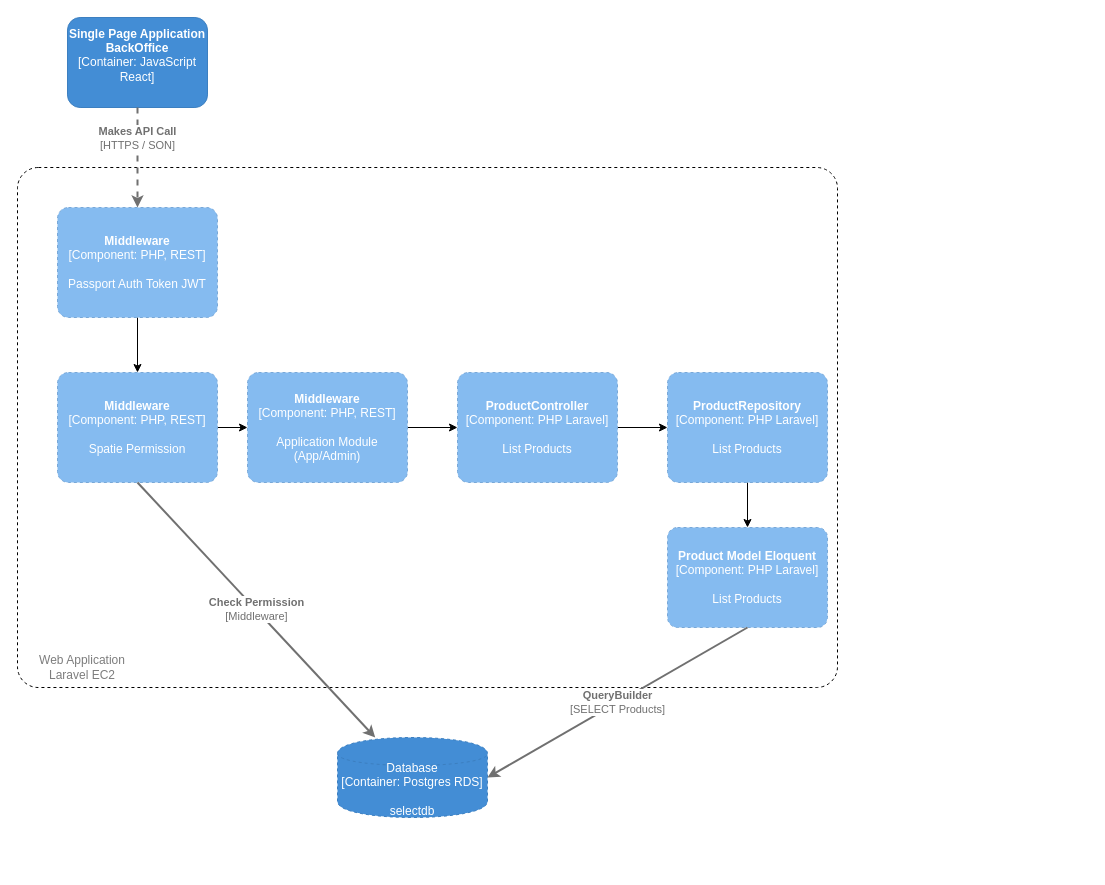
The draw.io diagram select/Select and Eduzz.drawio in frf/diagrams, before the edit. Source tidied: cells renumbered, new cells numbered last; positions are measured from the earlier drawing's top-left corner, leaving out a move shared by most shapes. Both pictures are drawn from the tidied source at 100%, with x=0, y=0 at pixel (17, 17).
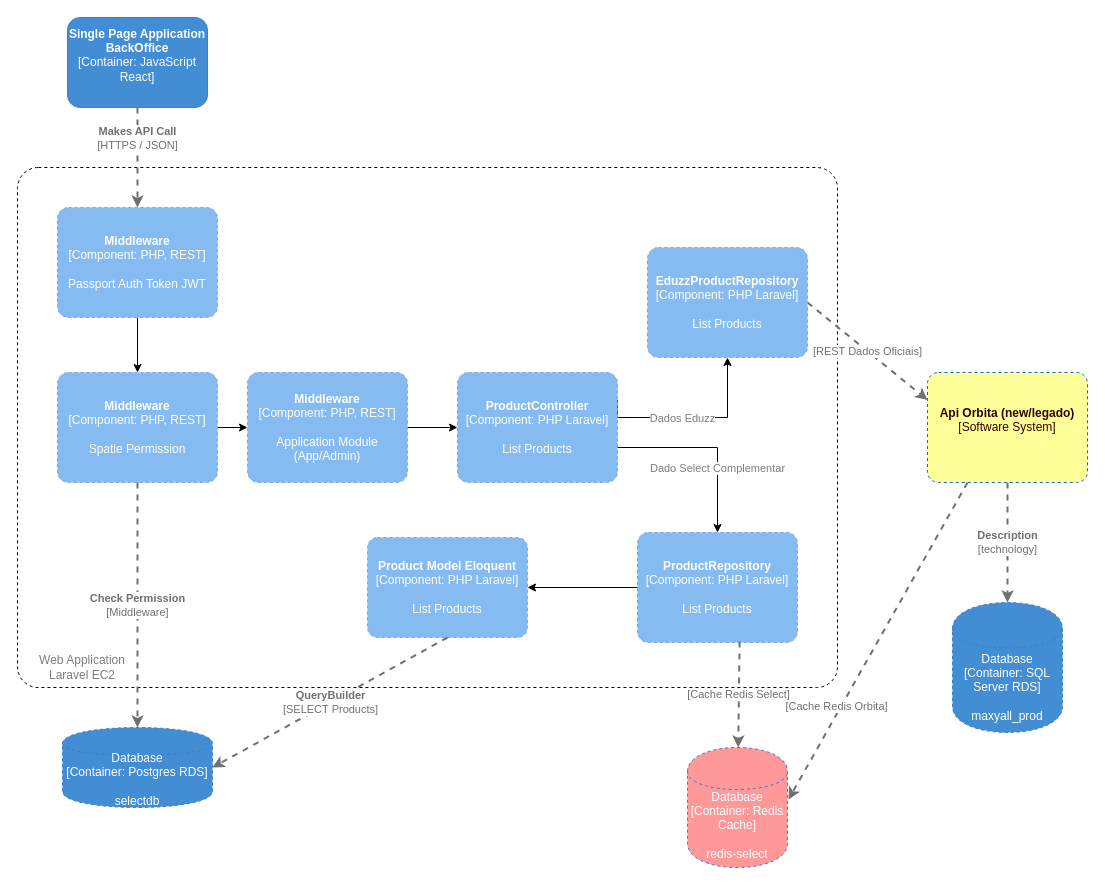
The same diagram, later.

The change refers to these unchanged cells:
```xml
<object id="3" label="&lt;b&gt;%c4Name%&lt;/b&gt;&lt;div&gt;[%c4Type%: %c4Technology%]&lt;/div&gt;&lt;br&gt;&lt;div&gt;%c4Description%&lt;/div&gt;" c4Description="" c4Name="Single Page Application BackOffice" c4Technology="JavaScript React" c4Type="Container" placeholders="1">
  <mxCell style="rounded=1;whiteSpace=wrap;html=1;labelBackgroundColor=none;fillColor=#438DD5;fontColor=#ffffff;align=center;arcSize=14;strokeColor=#3C7FC0;metaData={&quot;c4Type&quot;:{&quot;editable&quot;:false}};points=[[0.25,0,0],[0.5,0,0],[0.75,0,0],[1,0.25,0],[1,0.5,0],[1,0.75,0],[0.75,1,0],[0.5,1,0],[0.25,1,0],[0,0.75,0],[0,0.5,0],[0,0.25,0]];" parent="1" vertex="1">
    <mxGeometry x="50" width="140" height="90" as="geometry" />
  </mxCell>
</object>
<object id="5" label="&lt;b&gt;%c4Name%&lt;/b&gt;&lt;div&gt;[%c4Type%: %c4Technology%]&lt;/div&gt;&lt;br&gt;&lt;div&gt;%c4Description%&lt;/div&gt;" c4Description="List Products" c4Name="ProductController" c4Technology="PHP Laravel" c4Type="Component" placeholders="1">
  <mxCell style="rounded=1;whiteSpace=wrap;html=1;labelBackgroundColor=none;fillColor=#85BBF0;fontColor=#ffffff;align=center;arcSize=10;strokeColor=#78A8D8;metaData={&quot;c4Type&quot;:{&quot;editable&quot;:false}};points=[[0.25,0,0],[0.5,0,0],[0.75,0,0],[1,0.25,0],[1,0.5,0],[1,0.75,0],[0.75,1,0],[0.5,1,0],[0.25,1,0],[0,0.75,0],[0,0.5,0],[0,0.25,0]];dashed=1;" parent="1" vertex="1">
    <mxGeometry x="440" y="355" width="160" height="110" as="geometry" />
  </mxCell>
</object>
<object id="9" label="&lt;b&gt;%c4Name%&lt;/b&gt;&lt;div&gt;[%c4Type%: %c4Technology%]&lt;/div&gt;&lt;br&gt;&lt;div&gt;%c4Description%&lt;/div&gt;" c4Description="Spatie Permission" c4Name="Middleware" c4Technology="PHP, REST" c4Type="Component" placeholders="1">
  <mxCell style="rounded=1;whiteSpace=wrap;html=1;labelBackgroundColor=none;fillColor=#85BBF0;fontColor=#ffffff;align=center;arcSize=10;strokeColor=#78A8D8;metaData={&quot;c4Type&quot;:{&quot;editable&quot;:false}};points=[[0.25,0,0],[0.5,0,0],[0.75,0,0],[1,0.25,0],[1,0.5,0],[1,0.75,0],[0.75,1,0],[0.5,1,0],[0.25,1,0],[0,0.75,0],[0,0.5,0],[0,0.25,0]];dashed=1;" parent="1" vertex="1">
    <mxGeometry x="40" y="355" width="160" height="110" as="geometry" />
  </mxCell>
</object>
<object id="16" label="&lt;b&gt;%c4Name%&lt;/b&gt;&lt;div&gt;[%c4Type%: %c4Technology%]&lt;/div&gt;&lt;br&gt;&lt;div&gt;%c4Description%&lt;/div&gt;" c4Description="Passport Auth Token JWT" c4Name="Middleware" c4Technology="PHP, REST" c4Type="Component" placeholders="1">
  <mxCell style="rounded=1;whiteSpace=wrap;html=1;labelBackgroundColor=none;fillColor=#85BBF0;fontColor=#ffffff;align=center;arcSize=10;strokeColor=#78A8D8;metaData={&quot;c4Type&quot;:{&quot;editable&quot;:false}};points=[[0.25,0,0],[0.5,0,0],[0.75,0,0],[1,0.25,0],[1,0.5,0],[1,0.75,0],[0.75,1,0],[0.5,1,0],[0.25,1,0],[0,0.75,0],[0,0.5,0],[0,0.25,0]];dashed=1;" parent="1" vertex="1">
    <mxGeometry x="40" y="190" width="160" height="110" as="geometry" />
  </mxCell>
</object>
```

What changed in the source:
```diff
@@
     <mxCell id="4" style="edgeStyle=orthogonalEdgeStyle;rounded=0;jettySize=auto;html=1;" parent="1" edge="1" source="5" target="13">
-      <mxGeometry relative="1" as="geometry" />
+      <mxGeometry relative="1" as="geometry">
+        <Array as="points">
+          <mxPoint x="700" y="430" />
+        </Array>
+      </mxGeometry>
     </mxCell>
+    <mxCell id="20" value="Dado Select Complementar" style="edgeLabel;html=1;align=center;verticalAlign=middle;fontColor=#7D7D7D;" parent="4" vertex="1">
+      <mxGeometry x="0.3" y="-1" relative="1" as="geometry" />
+    </mxCell>
+    <mxCell id="21" style="edgeStyle=orthogonalEdgeStyle;rounded=0;jettySize=auto;html=1;fontColor=#7D7D7D;exitX=1;exitY=0.25;exitDx=0;exitDy=0;exitPerimeter=0;" parent="1" edge="1" source="5" target="30">
+      <mxGeometry relative="1" as="geometry">
+        <Array as="points">
+          <mxPoint x="600" y="400" />
+          <mxPoint x="710" y="400" />
+        </Array>
+      </mxGeometry>
+    </mxCell>
+    <mxCell id="22" value="Dados Eduzz" style="edgeLabel;html=1;align=center;verticalAlign=middle;fontColor=#7D7D7D;" parent="21" vertex="1">
+      <mxGeometry x="0.25" y="1" relative="1" as="geometry">
+        <mxPoint x="-35" y="1" as="offset" />
+      </mxGeometry>
+    </mxCell>
@@
-    <object id="6" label="&lt;div style=&quot;text-align: left&quot;&gt;&lt;div style=&quot;text-align: center&quot;&gt;&lt;b&gt;%c4Description%&lt;/b&gt;&lt;/div&gt;&lt;div style=&quot;text-align: center&quot;&gt;[%c4Technology%]&lt;/div&gt;&lt;/div&gt;" c4Description="Makes API Call" c4Technology="HTTPS / SON" placeholders="1">
+    <object id="6" label="&lt;div style=&quot;text-align: left&quot;&gt;&lt;div style=&quot;text-align: center&quot;&gt;&lt;b&gt;%c4Description%&lt;/b&gt;&lt;/div&gt;&lt;div style=&quot;text-align: center&quot;&gt;[%c4Technology%]&lt;/div&gt;&lt;/div&gt;" c4Description="Makes API Call" c4Technology="HTTPS / JSON" placeholders="1">
       <mxCell style="edgeStyle=none;rounded=0;html=1;jettySize=auto;strokeColor=#707070;strokeWidth=2;fontColor=#707070;jumpStyle=none;dashed=1;metaData={&quot;c4Type&quot;:{&quot;editable&quot;:false}};exitX=0.5;exitY=1;exitDx=0;exitDy=0;exitPerimeter=0;" parent="1" edge="1" source="3" target="16">
         <mxGeometry x="-0.38" relative="1" as="geometry" />
       </mxCell>
     </object>
@@
     <object id="10" label="%c4Type%&lt;div&gt;[Container:&amp;nbsp;%c4Technology%]&lt;/div&gt;&lt;br&gt;&lt;div&gt;%c4Description%&lt;/div&gt;" c4Description="selectdb" c4Technology="Postgres RDS" c4Type="Database" placeholders="1">
       <mxCell style="shape=cylinder;whiteSpace=wrap;html=1;boundedLbl=1;rounded=0;labelBackgroundColor=none;fillColor=#438DD5;fontSize=12;fontColor=#ffffff;align=center;strokeColor=#3C7FC0;points=[[0.5,0,0],[1,0.25,0],[1,0.5,0],[1,0.75,0],[0.5,1,0],[0,0.75,0],[0,0.5,0],[0,0.25,0]];metaData={&quot;c4Type&quot;:{&quot;editable&quot;:false}};dashed=1;" parent="1" vertex="1">
-        <mxGeometry x="320" y="720" width="150" height="80" as="geometry" />
+        <mxGeometry x="45" y="710" width="150" height="80" as="geometry" />
       </mxCell>
     </object>
     <object id="11" label="&lt;div style=&quot;text-align: left&quot;&gt;&lt;div style=&quot;text-align: center&quot;&gt;&lt;b&gt;%c4Description%&lt;/b&gt;&lt;/div&gt;&lt;div style=&quot;text-align: center&quot;&gt;[%c4Technology%]&lt;/div&gt;&lt;/div&gt;" c4Description="Check Permission" c4Technology="Middleware" placeholders="1">
-      <mxCell style="edgeStyle=none;rounded=0;html=1;jettySize=auto;strokeColor=#707070;strokeWidth=2;fontColor=#707070;jumpStyle=none;metaData={&quot;c4Type&quot;:{&quot;editable&quot;:false}};exitX=0.5;exitY=1;exitDx=0;exitDy=0;exitPerimeter=0;" parent="1" edge="1" source="9" target="10">
+      <mxCell style="edgeStyle=none;rounded=0;html=1;jettySize=auto;strokeColor=#707070;strokeWidth=2;fontColor=#707070;jumpStyle=none;metaData={&quot;c4Type&quot;:{&quot;editable&quot;:false}};exitX=0.5;exitY=1;exitDx=0;exitDy=0;exitPerimeter=0;dashed=1;" parent="1" edge="1" source="9" target="10">
         <mxGeometry relative="1" as="geometry" />
       </mxCell>
     </object>
     <mxCell id="12" style="edgeStyle=orthogonalEdgeStyle;rounded=0;jettySize=auto;html=1;" parent="1" edge="1" source="13" target="14">
-      <mxGeometry relative="1" as="geometry" />
+      <mxGeometry relative="1" as="geometry">
+        <Array as="points">
+          <mxPoint x="730" y="580" />
+        </Array>
+      </mxGeometry>
     </mxCell>
     <object id="13" label="&lt;b&gt;%c4Name%&lt;/b&gt;&lt;div&gt;[%c4Type%: %c4Technology%]&lt;/div&gt;&lt;br&gt;&lt;div&gt;%c4Description%&lt;/div&gt;" c4Description="List Products" c4Name="ProductRepository" c4Technology="PHP Laravel" c4Type="Component" placeholders="1">
       <mxCell style="rounded=1;whiteSpace=wrap;html=1;labelBackgroundColor=none;fillColor=#85BBF0;fontColor=#ffffff;align=center;arcSize=10;strokeColor=#78A8D8;metaData={&quot;c4Type&quot;:{&quot;editable&quot;:false}};points=[[0.25,0,0],[0.5,0,0],[0.75,0,0],[1,0.25,0],[1,0.5,0],[1,0.75,0],[0.75,1,0],[0.5,1,0],[0.25,1,0],[0,0.75,0],[0,0.5,0],[0,0.25,0]];dashed=1;" parent="1" vertex="1">
-        <mxGeometry x="650" y="355" width="160" height="110" as="geometry" />
+        <mxGeometry x="620" y="515" width="160" height="110" as="geometry" />
       </mxCell>
     </object>
     <object id="14" label="&lt;b&gt;%c4Name%&lt;/b&gt;&lt;div&gt;[%c4Type%: %c4Technology%]&lt;/div&gt;&lt;br&gt;&lt;div&gt;%c4Description%&lt;/div&gt;" c4Description="List Products" c4Name="Product Model Eloquent" c4Technology="PHP Laravel" c4Type="Component" placeholders="1">
       <mxCell style="rounded=1;whiteSpace=wrap;html=1;labelBackgroundColor=none;fillColor=#85BBF0;fontColor=#ffffff;align=center;arcSize=10;strokeColor=#78A8D8;metaData={&quot;c4Type&quot;:{&quot;editable&quot;:false}};points=[[0.25,0,0],[0.5,0,0],[0.75,0,0],[1,0.25,0],[1,0.5,0],[1,0.75,0],[0.75,1,0],[0.5,1,0],[0.25,1,0],[0,0.75,0],[0,0.5,0],[0,0.25,0]];dashed=1;" parent="1" vertex="1">
-        <mxGeometry x="650" y="510" width="160" height="100" as="geometry" />
+        <mxGeometry x="350" y="520" width="160" height="100" as="geometry" />
       </mxCell>
     </object>
@@
     <object id="17" label="&lt;div style=&quot;text-align: left&quot;&gt;&lt;div style=&quot;text-align: center&quot;&gt;&lt;b&gt;%c4Description%&lt;/b&gt;&lt;/div&gt;&lt;div style=&quot;text-align: center&quot;&gt;[%c4Technology%]&lt;/div&gt;&lt;/div&gt;" c4Description="QueryBuilder" c4Technology="SELECT Products" placeholders="1">
-      <mxCell style="edgeStyle=none;rounded=0;html=1;entryX=1;entryY=0.5;jettySize=auto;strokeColor=#707070;strokeWidth=2;fontColor=#707070;jumpStyle=none;metaData={&quot;c4Type&quot;:{&quot;editable&quot;:false}};exitX=0.5;exitY=1;exitDx=0;exitDy=0;exitPerimeter=0;entryDx=0;entryDy=0;entryPerimeter=0;" parent="1" edge="1" source="14" target="10">
+      <mxCell style="edgeStyle=none;rounded=0;html=1;entryX=1;entryY=0.5;jettySize=auto;strokeColor=#707070;strokeWidth=2;fontColor=#707070;jumpStyle=none;metaData={&quot;c4Type&quot;:{&quot;editable&quot;:false}};exitX=0.5;exitY=1;exitDx=0;exitDy=0;exitPerimeter=0;entryDx=0;entryDy=0;entryPerimeter=0;dashed=1;" parent="1" edge="1" source="14" target="10">
         <mxGeometry relative="1" as="geometry" />
       </mxCell>
     </object>
@@
+    <object id="23" label="&lt;b&gt;%c4Name%&lt;/b&gt;&lt;div&gt;[%c4Type%]&lt;/div&gt;&lt;br&gt;&lt;div&gt;%c4Description%&lt;/div&gt;" c4Description="" c4Name="Api Orbita (new/legado)" c4Type="Software System" placeholders="1">
+      <mxCell style="rounded=1;whiteSpace=wrap;html=1;labelBackgroundColor=none;align=center;arcSize=10;strokeColor=#1168BD;metaData={&quot;c4Type&quot;:{&quot;editable&quot;:false}};points=[[0.25,0,0],[0.5,0,0],[0.75,0,0],[1,0.25,0],[1,0.5,0],[1,0.75,0],[0.75,1,0],[0.5,1,0],[0.25,1,0],[0,0.75,0],[0,0.5,0],[0,0.25,0]];dashed=1;fillColor=#FFFF99;fontColor=#330000;" parent="1" vertex="1">
+        <mxGeometry x="910" y="355" width="160" height="110" as="geometry" />
+      </mxCell>
+    </object>
+    <object id="24" label="%c4Type%&lt;div&gt;[Container:&amp;nbsp;%c4Technology%]&lt;/div&gt;&lt;br&gt;&lt;div&gt;%c4Description%&lt;/div&gt;" c4Description="maxyall_prod" c4Technology="SQL Server RDS" c4Type="Database" placeholders="1">
+      <mxCell style="shape=cylinder;whiteSpace=wrap;html=1;boundedLbl=1;rounded=0;labelBackgroundColor=none;fillColor=#438DD5;fontSize=12;fontColor=#ffffff;align=center;strokeColor=#3C7FC0;points=[[0.5,0,0],[1,0.25,0],[1,0.5,0],[1,0.75,0],[0.5,1,0],[0,0.75,0],[0,0.5,0],[0,0.25,0]];metaData={&quot;c4Type&quot;:{&quot;editable&quot;:false}};dashed=1;" parent="1" vertex="1">
+        <mxGeometry x="935" y="585" width="110" height="130" as="geometry" />
+      </mxCell>
+    </object>
+    <object id="25" label="&lt;div style=&quot;text-align: left&quot;&gt;&lt;div style=&quot;text-align: center&quot;&gt;&lt;b&gt;%c4Description%&lt;/b&gt;&lt;/div&gt;&lt;div style=&quot;text-align: center&quot;&gt;[%c4Technology%]&lt;/div&gt;&lt;/div&gt;" c4Description="Description" c4Technology="technology" placeholders="1">
+      <mxCell style="edgeStyle=none;rounded=0;html=1;entryX=0.5;entryY=0;jettySize=auto;strokeColor=#707070;strokeWidth=2;fontColor=#707070;jumpStyle=none;dashed=1;metaData={&quot;c4Type&quot;:{&quot;editable&quot;:false}};exitX=0.5;exitY=1;exitDx=0;exitDy=0;exitPerimeter=0;entryDx=0;entryDy=0;entryPerimeter=0;" parent="1" edge="1" source="23" target="24">
+        <mxGeometry relative="1" as="geometry" />
+      </mxCell>
+    </object>
+    <object id="26" label="%c4Type%&lt;div&gt;[Container:&amp;nbsp;%c4Technology%]&lt;/div&gt;&lt;br&gt;&lt;div&gt;%c4Description%&lt;/div&gt;" c4Description="redis-select" c4Technology="Redis Cache" c4Type="Database" placeholders="1">
+      <mxCell style="shape=cylinder;whiteSpace=wrap;html=1;boundedLbl=1;rounded=0;labelBackgroundColor=none;fontSize=12;fontColor=#ffffff;align=center;strokeColor=#3C7FC0;points=[[0.5,0,0],[1,0.25,0],[1,0.5,0],[1,0.75,0],[0.5,1,0],[0,0.75,0],[0,0.5,0],[0,0.25,0]];metaData={&quot;c4Type&quot;:{&quot;editable&quot;:false}};dashed=1;fillColor=#FF9999;" parent="1" vertex="1">
+        <mxGeometry x="670" y="730" width="100" height="120" as="geometry" />
+      </mxCell>
+    </object>
+    <object id="27" label="&lt;div style=&quot;text-align: left&quot;&gt;&lt;div style=&quot;text-align: center&quot;&gt;&lt;b&gt;%c4Description%&lt;/b&gt;&lt;/div&gt;&lt;div style=&quot;text-align: center&quot;&gt;[%c4Technology%]&lt;/div&gt;&lt;/div&gt;" c4Description="" c4Technology="Cache Redis Select" placeholders="1">
+      <mxCell style="edgeStyle=none;rounded=0;html=1;jettySize=auto;strokeColor=#707070;strokeWidth=2;fontColor=#707070;jumpStyle=none;dashed=1;metaData={&quot;c4Type&quot;:{&quot;editable&quot;:false}};exitX=0.638;exitY=0.991;exitDx=0;exitDy=0;exitPerimeter=0;" parent="1" edge="1" source="13" target="26">
+        <mxGeometry relative="1" as="geometry" />
+      </mxCell>
+    </object>
+    <object id="28" label="&lt;div style=&quot;text-align: left&quot;&gt;&lt;div style=&quot;text-align: center&quot;&gt;&lt;b&gt;%c4Description%&lt;/b&gt;&lt;/div&gt;&lt;div style=&quot;text-align: center&quot;&gt;[%c4Technology%]&lt;/div&gt;&lt;/div&gt;" c4Description="" c4Technology="Cache Redis Orbita" placeholders="1">
+      <mxCell style="edgeStyle=none;rounded=0;html=1;jettySize=auto;strokeColor=#707070;strokeWidth=2;fontColor=#707070;jumpStyle=none;dashed=1;metaData={&quot;c4Type&quot;:{&quot;editable&quot;:false}};exitX=0.25;exitY=1;exitDx=0;exitDy=0;exitPerimeter=0;entryX=1.01;entryY=0.433;entryDx=0;entryDy=0;entryPerimeter=0;" parent="1" edge="1" source="23" target="26">
+        <mxGeometry x="0.43" y="-4" relative="1" as="geometry" />
+      </mxCell>
+    </object>
+    <object id="29" label="&lt;div style=&quot;text-align: left&quot;&gt;&lt;div style=&quot;text-align: center&quot;&gt;&lt;b&gt;%c4Description%&lt;/b&gt;&lt;/div&gt;&lt;div style=&quot;text-align: center&quot;&gt;[%c4Technology%]&lt;/div&gt;&lt;/div&gt;" c4Description="" c4Technology="REST Dados Oficiais" placeholders="1">
+      <mxCell style="edgeStyle=none;rounded=0;html=1;jettySize=auto;strokeColor=#707070;strokeWidth=2;fontColor=#707070;jumpStyle=none;dashed=1;metaData={&quot;c4Type&quot;:{&quot;editable&quot;:false}};exitX=1;exitY=0.5;exitDx=0;exitDy=0;exitPerimeter=0;entryX=0;entryY=0.25;entryDx=0;entryDy=0;entryPerimeter=0;" parent="1" edge="1" source="30" target="23">
+        <mxGeometry relative="1" as="geometry" />
+      </mxCell>
+    </object>
+    <object id="30" label="&lt;b&gt;%c4Name%&lt;/b&gt;&lt;div&gt;[%c4Type%: %c4Technology%]&lt;/div&gt;&lt;br&gt;&lt;div&gt;%c4Description%&lt;/div&gt;" c4Description="List Products" c4Name="EduzzProductRepository" c4Technology="PHP Laravel" c4Type="Component" placeholders="1">
+      <mxCell style="rounded=1;whiteSpace=wrap;html=1;labelBackgroundColor=none;fillColor=#85BBF0;fontColor=#ffffff;align=center;arcSize=10;strokeColor=#78A8D8;metaData={&quot;c4Type&quot;:{&quot;editable&quot;:false}};points=[[0.25,0,0],[0.5,0,0],[0.75,0,0],[1,0.25,0],[1,0.5,0],[1,0.75,0],[0.75,1,0],[0.5,1,0],[0.25,1,0],[0,0.75,0],[0,0.5,0],[0,0.25,0]];dashed=1;" parent="1" vertex="1">
+        <mxGeometry x="630" y="230" width="160" height="110" as="geometry" />
+      </mxCell>
+    </object>
```
